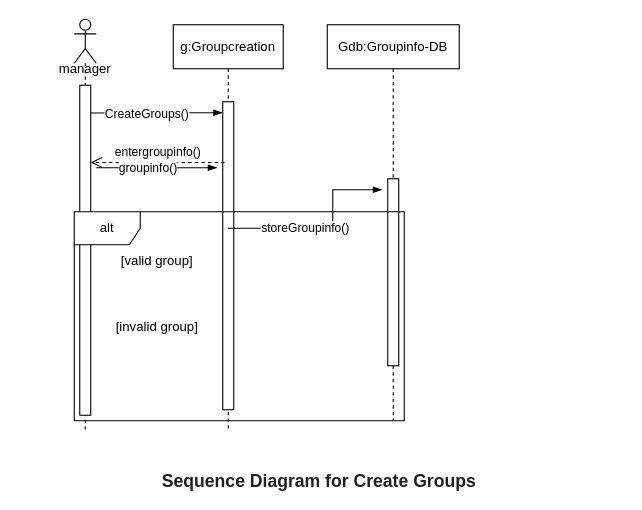
This is Untitled Diagram.drawio from FatimaAlessa/210_ABB_2107542, a draw.io file, before an edit. Source tidied: cells renumbered, new cells numbered last; positions are measured from the earlier drawing's top-left corner, leaving out a move shared by most shapes. Both pictures are drawn from the tidied source at 110%, with x=0, y=0 at pixel (19, 19).
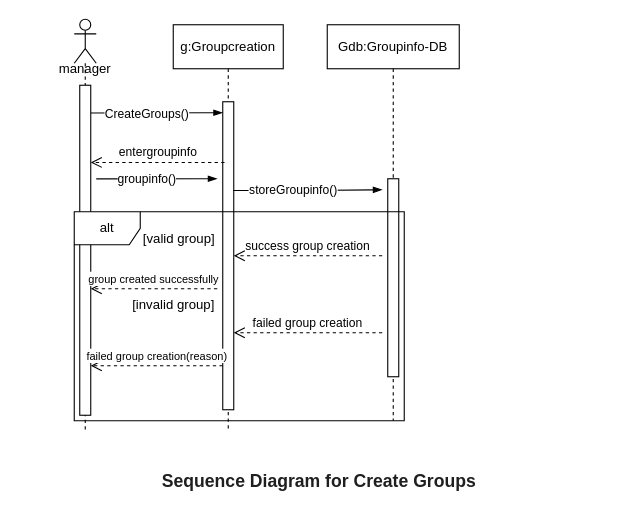
Above is the later version.

Unchanged cells that the change refers to:
```xml
<mxCell id="2" value="g:Groupcreation" style="shape=umlLifeline;perimeter=lifelinePerimeter;whiteSpace=wrap;html=1;outlineConnect=0;portConstraint=eastwest;newEdgeStyle={&quot;edgeStyle&quot;:&quot;elbowEdgeStyle&quot;,&quot;elbow&quot;:&quot;vertical&quot;,&quot;curved&quot;:0,&quot;rounded&quot;:0};" parent="1" vertex="1">
  <mxGeometry x="140" y="5" width="100" height="370" as="geometry" />
</mxCell>
<mxCell id="3" style="html=1;points=[];perimeter=orthogonalPerimeter;outlineConnect=0;targetShapes=umlLifeline;portConstraint=eastwest;newEdgeStyle={&quot;edgeStyle&quot;:&quot;elbowEdgeStyle&quot;,&quot;elbow&quot;:&quot;vertical&quot;,&quot;curved&quot;:0,&quot;rounded&quot;:0};" parent="2" vertex="1">
  <mxGeometry x="45" y="70" width="10" height="280" as="geometry" />
</mxCell>
<mxCell id="4" value="&lt;div style=&quot;text-align: start;&quot;&gt;Gdb:Groupinfo-DB&lt;/div&gt;" style="shape=umlLifeline;perimeter=lifelinePerimeter;whiteSpace=wrap;html=1;newEdgeStyle={&quot;edgeStyle&quot;:&quot;elbowEdgeStyle&quot;,&quot;elbow&quot;:&quot;vertical&quot;,&quot;curved&quot;:0,&quot;rounded&quot;:0};" parent="1" vertex="1">
  <mxGeometry x="280" y="5" width="120" height="360" as="geometry" />
</mxCell>
<mxCell id="9" style="html=1;points=[[0,0,0,0,5],[0,1,0,0,-5],[1,0,0,0,5],[1,1,0,0,-5]];perimeter=orthogonalPerimeter;outlineConnect=0;targetShapes=umlLifeline;portConstraint=eastwest;newEdgeStyle={&quot;curved&quot;:0,&quot;rounded&quot;:0};" parent="8" vertex="1">
  <mxGeometry x="5" y="60" width="10" height="300" as="geometry" />
</mxCell>
```

The edit, as a diff of the source:
```diff
@@
     <mxCell id="5" style="html=1;perimeter=orthogonalPerimeter;targetShapes=umlLifeline;newEdgeStyle={&quot;edgeStyle&quot;:&quot;elbowEdgeStyle&quot;,&quot;elbow&quot;:&quot;vertical&quot;,&quot;curved&quot;:0,&quot;rounded&quot;:0};" parent="4" vertex="1">
-      <mxGeometry x="55" y="140" width="10" height="170" as="geometry" />
+      <mxGeometry x="55" y="140" width="10" height="180" as="geometry" />
     </mxCell>
@@
-    <mxCell id="10" value="entergroupinfo()" style="html=1;verticalAlign=bottom;endArrow=open;dashed=1;endSize=8;curved=0;rounded=0;exitX=0.161;exitY=0.197;exitDx=0;exitDy=0;exitPerimeter=0;" parent="1" edge="1" source="3" target="9">
+    <mxCell id="10" value="entergroupinfo" style="html=1;verticalAlign=bottom;endArrow=open;dashed=1;endSize=8;curved=0;rounded=0;exitX=0.161;exitY=0.197;exitDx=0;exitDy=0;exitPerimeter=0;" parent="1" edge="1" source="3" target="9">
       <mxGeometry relative="1" as="geometry" />
     </mxCell>
     <mxCell id="11" style="edgeStyle=elbowEdgeStyle;fontSize=12;html=1;endArrow=blockThin;endFill=1;rounded=0;elbow=vertical;" parent="1" edge="1">
       <mxGeometry relative="1" as="geometry">
-        <mxPoint x="70" y="135" as="sourcePoint" />
-        <mxPoint x="180" y="135" as="targetPoint" />
+        <mxPoint x="70" y="145.1" as="sourcePoint" />
+        <mxPoint x="180" y="145.1" as="targetPoint" />
       </mxGeometry>
     </mxCell>
@@
-    <mxCell id="13" style="edgeStyle=elbowEdgeStyle;fontSize=12;html=1;endArrow=blockThin;endFill=1;rounded=0;" parent="1" edge="1" source="2">
+    <mxCell id="13" style="edgeStyle=elbowEdgeStyle;fontSize=12;html=1;endArrow=blockThin;endFill=1;rounded=0;exitX=0.961;exitY=0.288;exitDx=0;exitDy=0;exitPerimeter=0;" parent="1" edge="1" source="3">
       <mxGeometry relative="1" as="geometry">
         <mxPoint x="330" y="155" as="targetPoint" />
       </mxGeometry>
     </mxCell>
@@
     <mxCell id="18" value="[valid group]" style="text;html=1;align=center;verticalAlign=middle;strokeColor=none;fillColor=none;" parent="1" vertex="1">
-      <mxGeometry x="80" y="205" width="90" height="30" as="geometry" />
+      <mxGeometry x="100" y="185" width="90" height="30" as="geometry" />
     </mxCell>
     <mxCell id="19" value="[invalid group]" style="text;html=1;align=center;verticalAlign=middle;strokeColor=none;fillColor=none;" parent="1" vertex="1">
-      <mxGeometry x="75" y="265" width="100" height="30" as="geometry" />
+      <mxGeometry x="90" y="245" width="100" height="30" as="geometry" />
     </mxCell>
+    <mxCell id="20" value="success group creation" style="html=1;verticalAlign=bottom;endArrow=open;dashed=1;endSize=8;curved=0;rounded=0;" parent="1" edge="1" target="3">
+      <mxGeometry relative="1" as="geometry">
+        <mxPoint x="330" y="215" as="sourcePoint" />
+      </mxGeometry>
+    </mxCell>
+    <mxCell id="21" value="failed group creation" style="html=1;verticalAlign=bottom;endArrow=open;dashed=1;endSize=8;curved=0;rounded=0;" parent="1" edge="1">
+      <mxGeometry relative="1" as="geometry">
+        <mxPoint x="330" y="285" as="sourcePoint" />
+        <mxPoint x="195" y="285" as="targetPoint" />
+        <Array as="points">
+          <mxPoint x="250" y="285" />
+        </Array>
+      </mxGeometry>
+    </mxCell>
+    <mxCell id="22" value="&lt;font style=&quot;font-size: 10px;&quot;&gt;group created successfully&lt;/font&gt;" style="html=1;verticalAlign=bottom;endArrow=open;dashed=1;endSize=8;curved=0;rounded=0;" parent="1" edge="1" target="9">
+      <mxGeometry relative="1" as="geometry">
+        <mxPoint x="180" y="245" as="sourcePoint" />
+      </mxGeometry>
+    </mxCell>
+    <mxCell id="23" value="&lt;font style=&quot;font-size: 10px;&quot;&gt;failed group creation(reason)&lt;/font&gt;" style="html=1;verticalAlign=bottom;endArrow=open;dashed=1;endSize=8;curved=0;rounded=0;" parent="1" edge="1" target="9">
+      <mxGeometry relative="1" as="geometry">
+        <mxPoint x="185" y="315" as="sourcePoint" />
+      </mxGeometry>
+    </mxCell>
```
